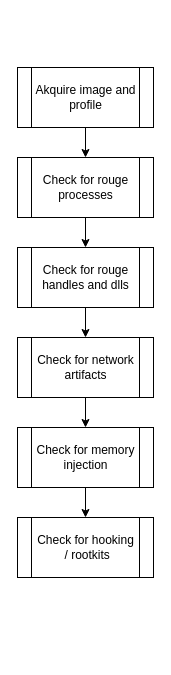
This is flowcharts/dfir/memory_basic_methodology.drawio from sn0b4ll/cheatsheets, a draw.io file, before an edit. Source tidied: cells renumbered, new cells numbered last; positions are measured from the earlier drawing's top-left corner, leaving out a move shared by most shapes. Both pictures are drawn from the tidied source at 100%, with x=0, y=0 at pixel (17, 67).
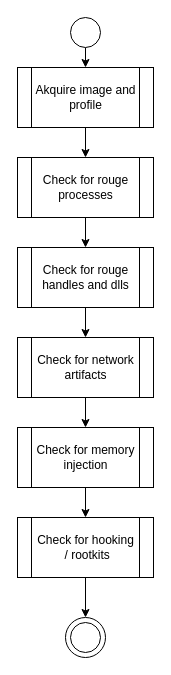
The same diagram, later.

Diff of the diagram source:
```diff
@@
 <mxGraphModel>
   <root>
     <mxCell id="0" />
     <mxCell id="1" parent="0" />
+    <mxCell id="13" style="ellipse;whiteSpace=wrap;html=1;" parent="1" vertex="1">
+      <mxGeometry x="48" y="550" width="40" height="40" as="geometry" />
+    </mxCell>
     <mxCell id="2" style="edgeStyle=orthogonalEdgeStyle;rounded=0;jettySize=auto;html=1;exitX=0.5;exitY=1;exitDx=0;exitDy=0;entryX=0.5;entryY=0;entryDx=0;entryDy=0;" parent="1" edge="1" source="3" target="5">
       <mxGeometry relative="1" as="geometry" />
     </mxCell>
     <mxCell id="3" value="Akquire image and profile" style="shape=process;whiteSpace=wrap;html=1;backgroundOutline=1;" parent="1" vertex="1">
       <mxGeometry width="136" height="60" as="geometry" />
     </mxCell>
     <mxCell id="4" style="edgeStyle=orthogonalEdgeStyle;rounded=0;jettySize=auto;html=1;exitX=0.5;exitY=1;exitDx=0;exitDy=0;entryX=0.5;entryY=0;entryDx=0;entryDy=0;" parent="1" edge="1" source="5" target="7">
       <mxGeometry relative="1" as="geometry" />
     </mxCell>
     <mxCell id="5" value="Check for rouge processes" style="shape=process;whiteSpace=wrap;html=1;backgroundOutline=1;" parent="1" vertex="1">
       <mxGeometry y="90" width="136" height="60" as="geometry" />
     </mxCell>
     <mxCell id="6" style="edgeStyle=orthogonalEdgeStyle;rounded=0;jettySize=auto;html=1;exitX=0.5;exitY=1;exitDx=0;exitDy=0;entryX=0.5;entryY=0;entryDx=0;entryDy=0;" parent="1" edge="1" source="7" target="9">
       <mxGeometry relative="1" as="geometry" />
     </mxCell>
     <mxCell id="7" value="Check for rouge handles and dlls" style="shape=process;whiteSpace=wrap;html=1;backgroundOutline=1;" parent="1" vertex="1">
       <mxGeometry y="180" width="136" height="60" as="geometry" />
     </mxCell>
     <mxCell id="8" style="edgeStyle=orthogonalEdgeStyle;rounded=0;jettySize=auto;html=1;exitX=0.5;exitY=1;exitDx=0;exitDy=0;entryX=0.5;entryY=0;entryDx=0;entryDy=0;" parent="1" edge="1" source="9" target="11">
       <mxGeometry relative="1" as="geometry" />
     </mxCell>
     <mxCell id="9" value="Check for network artifacts" style="shape=process;whiteSpace=wrap;html=1;backgroundOutline=1;" parent="1" vertex="1">
       <mxGeometry y="270" width="136" height="60" as="geometry" />
     </mxCell>
     <mxCell id="10" style="edgeStyle=orthogonalEdgeStyle;rounded=0;jettySize=auto;html=1;exitX=0.5;exitY=1;exitDx=0;exitDy=0;entryX=0.5;entryY=0;entryDx=0;entryDy=0;" parent="1" edge="1" source="11" target="12">
       <mxGeometry relative="1" as="geometry" />
     </mxCell>
     <mxCell id="11" value="&lt;div&gt;Check for memory injection&lt;/div&gt;" style="shape=process;whiteSpace=wrap;html=1;backgroundOutline=1;" parent="1" vertex="1">
       <mxGeometry y="360" width="136" height="60" as="geometry" />
     </mxCell>
+    <mxCell id="14" style="edgeStyle=orthogonalEdgeStyle;rounded=0;jettySize=auto;html=1;exitX=0.5;exitY=1;exitDx=0;exitDy=0;entryX=0.5;entryY=0;entryDx=0;entryDy=0;" parent="1" edge="1" source="12" target="13">
+      <mxGeometry relative="1" as="geometry" />
+    </mxCell>
     <mxCell id="12" value="&lt;div&gt;Check for hooking&lt;/div&gt;&amp;nbsp;/ rootkits" style="shape=process;whiteSpace=wrap;html=1;backgroundOutline=1;" parent="1" vertex="1">
       <mxGeometry y="450" width="136" height="60" as="geometry" />
     </mxCell>
+    <mxCell id="15" style="edgeStyle=orthogonalEdgeStyle;rounded=0;jettySize=auto;html=1;exitX=0.5;exitY=1;exitDx=0;exitDy=0;entryX=0.5;entryY=0;entryDx=0;entryDy=0;" parent="1" edge="1" source="16" target="3">
+      <mxGeometry relative="1" as="geometry" />
+    </mxCell>
+    <mxCell id="16" style="ellipse;whiteSpace=wrap;html=1;" parent="1" vertex="1">
+      <mxGeometry x="53" y="-50" width="30" height="30" as="geometry" />
+    </mxCell>
+    <mxCell id="17" style="ellipse;whiteSpace=wrap;html=1;" parent="1" vertex="1">
+      <mxGeometry x="53" y="555" width="30" height="30" as="geometry" />
+    </mxCell>
   </root>
 </mxGraphModel>
```
